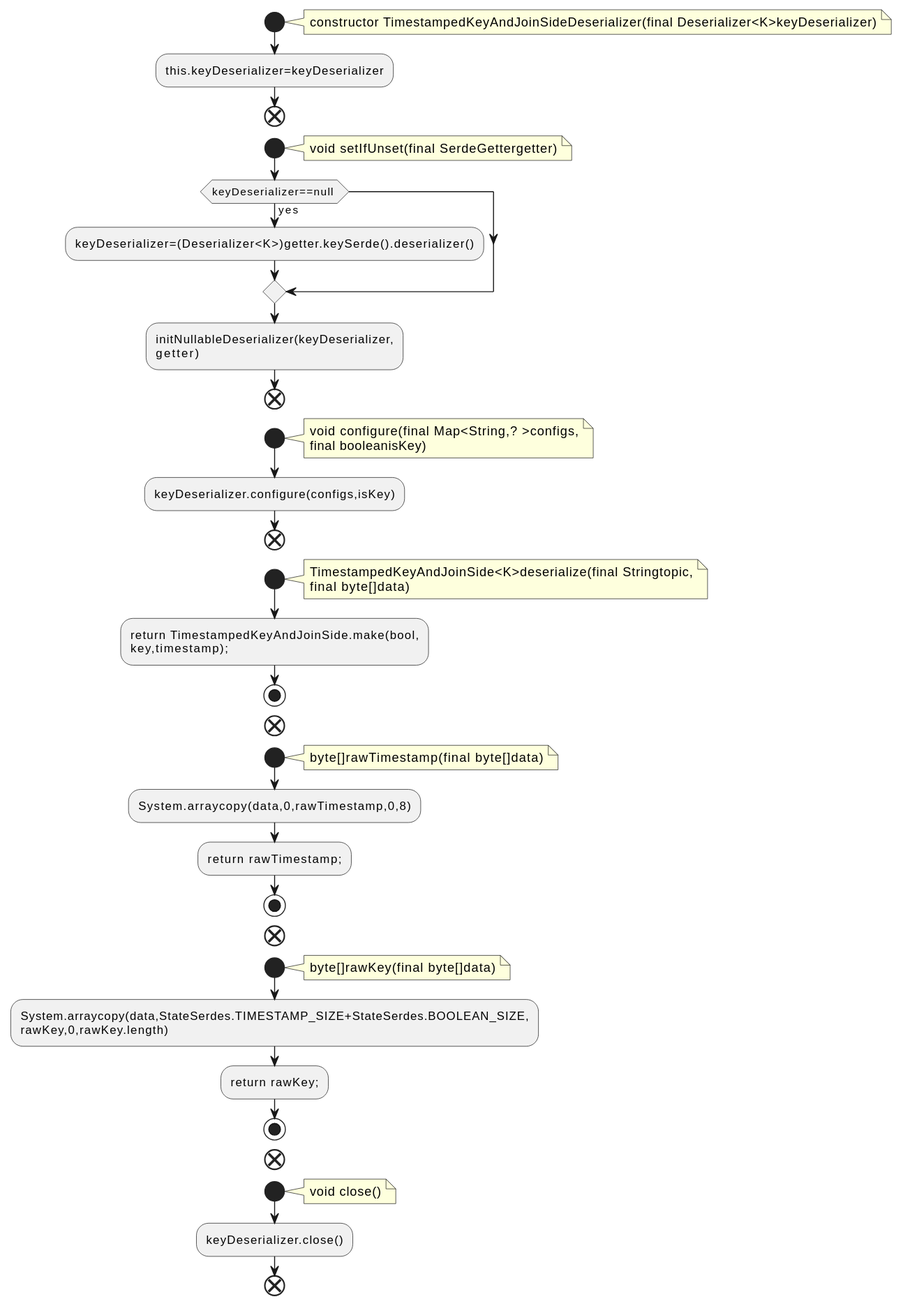
This is docs/qc/streams/src/main/java/org/apache/kafka/streams/state/internals/TimestampedKeyAndJoinSideDeserializer.java.fct.svg from qualitesys/kafka, a PlantUML export, as it was before one commit. The source it was exported from:
```plantuml
@startuml
!pragma layout smetana
start
note right
constructor TimestampedKeyAndJoinSideDeserializer(final Deserializer<K>keyDeserializer)
end note
:this.keyDeserializer=keyDeserializer;
end
start
note right
void setIfUnset(final SerdeGettergetter)
end note
if (keyDeserializer==null ) then (yes)
:keyDeserializer=(Deserializer<K>)getter.keySerde().deserializer();
endif
:initNullableDeserializer(keyDeserializer,
getter);
end
start
note right
void configure(final Map<String,? >configs,
final booleanisKey)
end note
:keyDeserializer.configure(configs,isKey);
end
start
note right
TimestampedKeyAndJoinSide<K>deserialize(final Stringtopic,
final byte[]data)
end note
:return TimestampedKeyAndJoinSide.make(bool,
key,timestamp);;
stop
end
start
note right
byte[]rawTimestamp(final byte[]data)
end note
:System.arraycopy(data,0,rawTimestamp,0,8);
:return rawTimestamp;;
stop
end
start
note right
byte[]rawKey(final byte[]data)
end note
:System.arraycopy(data,StateSerdes.TIMESTAMP_SIZE+StateSerdes.BOOLEAN_SIZE,
rawKey,0,rawKey.length);
:return rawKey;;
stop
end
start
note right
void close()
end note
:keyDeserializer.close();
end
@enduml
```
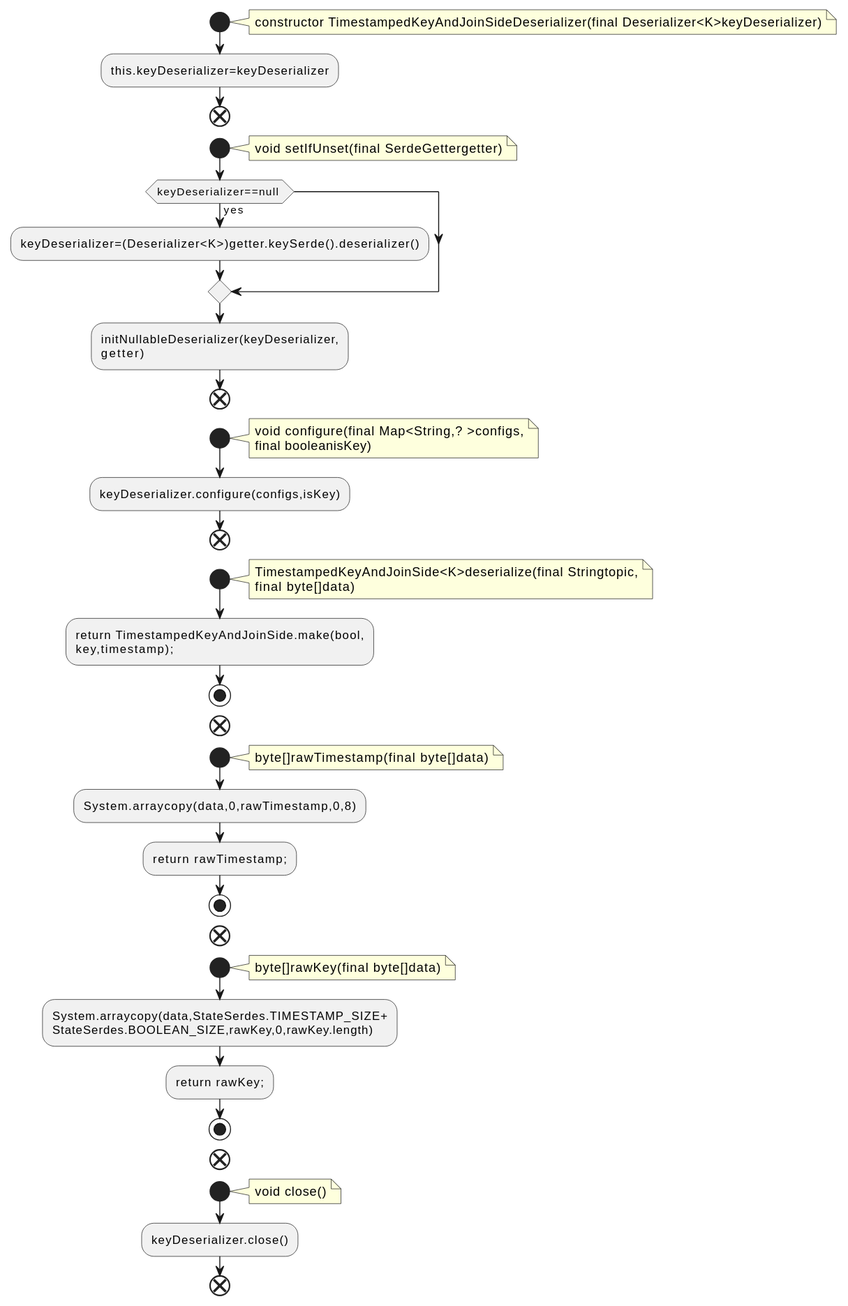
Above is the later version.

The edit, as a diff of the source:
```diff
@@ -44,8 +44,8 @@
 note right
 byte[]rawKey(final byte[]data)
 end note
-:System.arraycopy(data,StateSerdes.TIMESTAMP_SIZE+StateSerdes.BOOLEAN_SIZE,
-rawKey,0,rawKey.length);
+:System.arraycopy(data,StateSerdes.TIMESTAMP_SIZE+
+StateSerdes.BOOLEAN_SIZE,rawKey,0,rawKey.length);
 :return rawKey;;
 stop
 end
```
